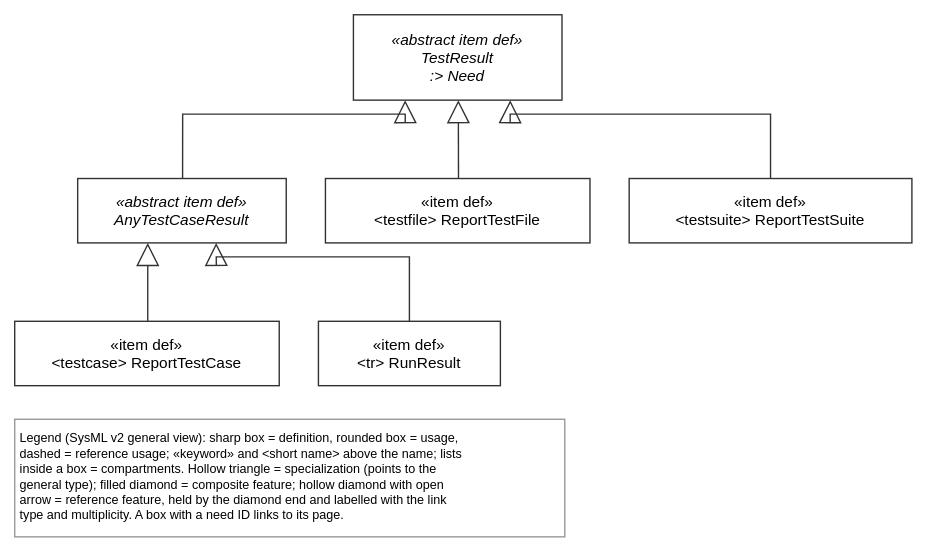
Above: views/testResults.drawio.svg in tiacsys/xdmod (draw.io), before the change. Source tidied: cells renumbered, new cells last; positions are measured from the earlier drawing's top-left corner, leaving out a move shared by most shapes.
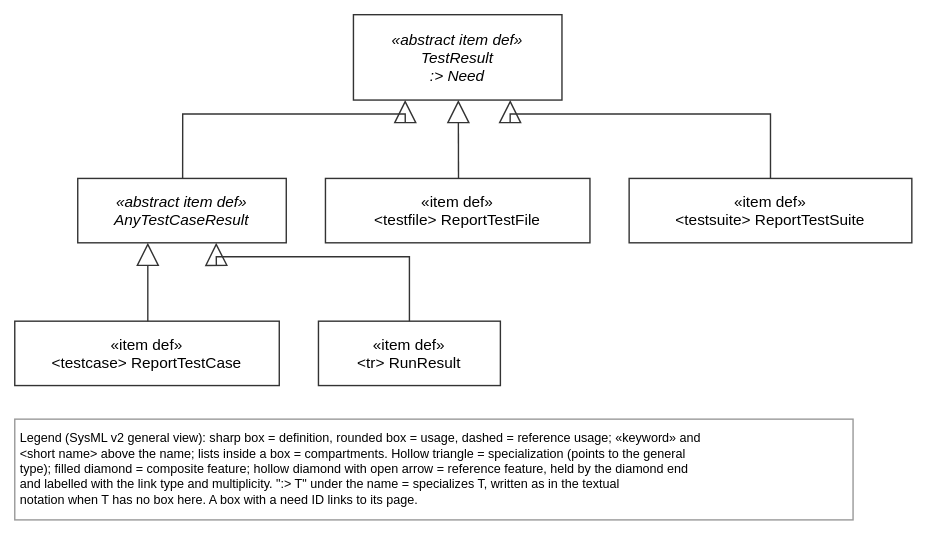
The same file after the commit.

Diff of the diagram source:
```diff
@@ -20,8 +20,8 @@
     <mxCell id="7" value="«abstract item def»&#10;TestResult&#10;:&gt; Need" style="html=0;fontFamily=Helvetica;fontSize=11;strokeColor=#333333;rounded=0;fillColor=#FFFFFF;fontStyle=2;verticalAlign=middle;" parent="1" vertex="1">
       <mxGeometry x="242" width="149" height="61" as="geometry" />
     </mxCell>
-    <mxCell id="8" value="Legend (SysML v2 general view): sharp box = definition, rounded box = usage,&#10;dashed = reference usage; «keyword» and &lt;short name&gt; above the name; lists&#10;inside a box = compartments. Hollow triangle = specialization (points to the&#10;general type); filled diamond = composite feature; hollow diamond with open&#10;arrow = reference feature, held by the diamond end and labelled with the link&#10;type and multiplicity. A box with a need ID links to its page." style="text;html=0;align=left;verticalAlign=top;fontFamily=Helvetica;fontSize=9;fillColor=#FFFFFF;strokeColor=#999999;spacing=4;" parent="1" vertex="1">
-      <mxGeometry y="289" width="393" height="84" as="geometry" />
+    <mxCell id="8" value="Legend (SysML v2 general view): sharp box = definition, rounded box = usage, dashed = reference usage; «keyword» and&#10;&lt;short name&gt; above the name; lists inside a box = compartments. Hollow triangle = specialization (points to the general&#10;type); filled diamond = composite feature; hollow diamond with open arrow = reference feature, held by the diamond end&#10;and labelled with the link type and multiplicity. &quot;:&gt; T&quot; under the name = specializes T, written as in the textual&#10;notation when T has no box here. A box with a need ID links to its page." style="text;html=0;align=left;verticalAlign=top;fontFamily=Helvetica;fontSize=9;fillColor=#FFFFFF;strokeColor=#999999;spacing=4;" parent="1" vertex="1">
+      <mxGeometry y="289" width="599" height="72" as="geometry" />
     </mxCell>
     <mxCell id="9" style="html=0;rounded=0;endSize=10;startSize=14;fontFamily=Helvetica;fontSize=10;labelBackgroundColor=#FFFFFF;strokeColor=#333333;endArrow=block;endFill=0;endSize=14;exitX=0.503;exitY=0.000;exitDx=0;exitDy=0;exitPerimeter=0;entryX=0.248;entryY=1.000;entryDx=0;entryDy=0;entryPerimeter=0;" parent="1" edge="1" source="2" target="7">
       <mxGeometry relative="1" as="geometry">
```
